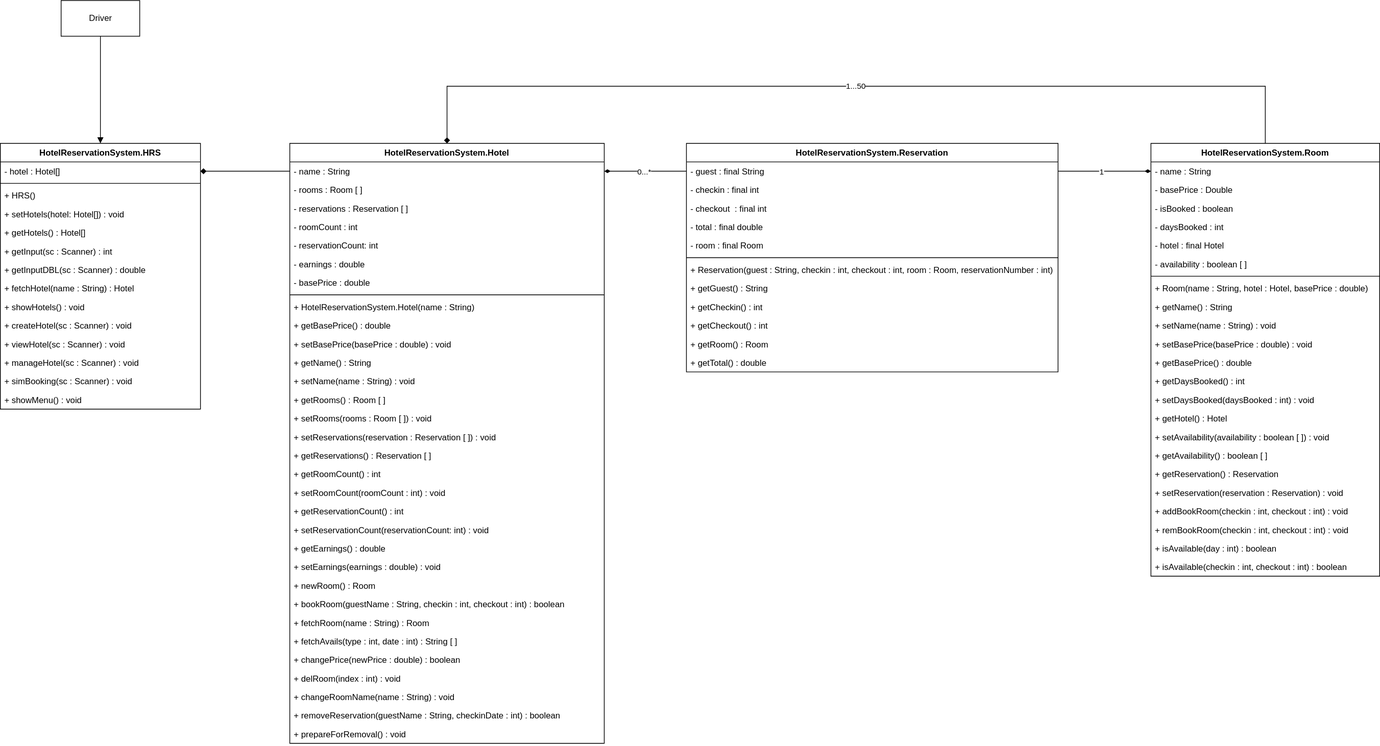
Earlier version of the draw.io export res/UML.svg (zrygan/CCPROG3-MCOs). Source tidied: cells renumbered, new cells last; positions are measured from the earlier drawing's top-left corner, leaving out a move shared by most shapes.
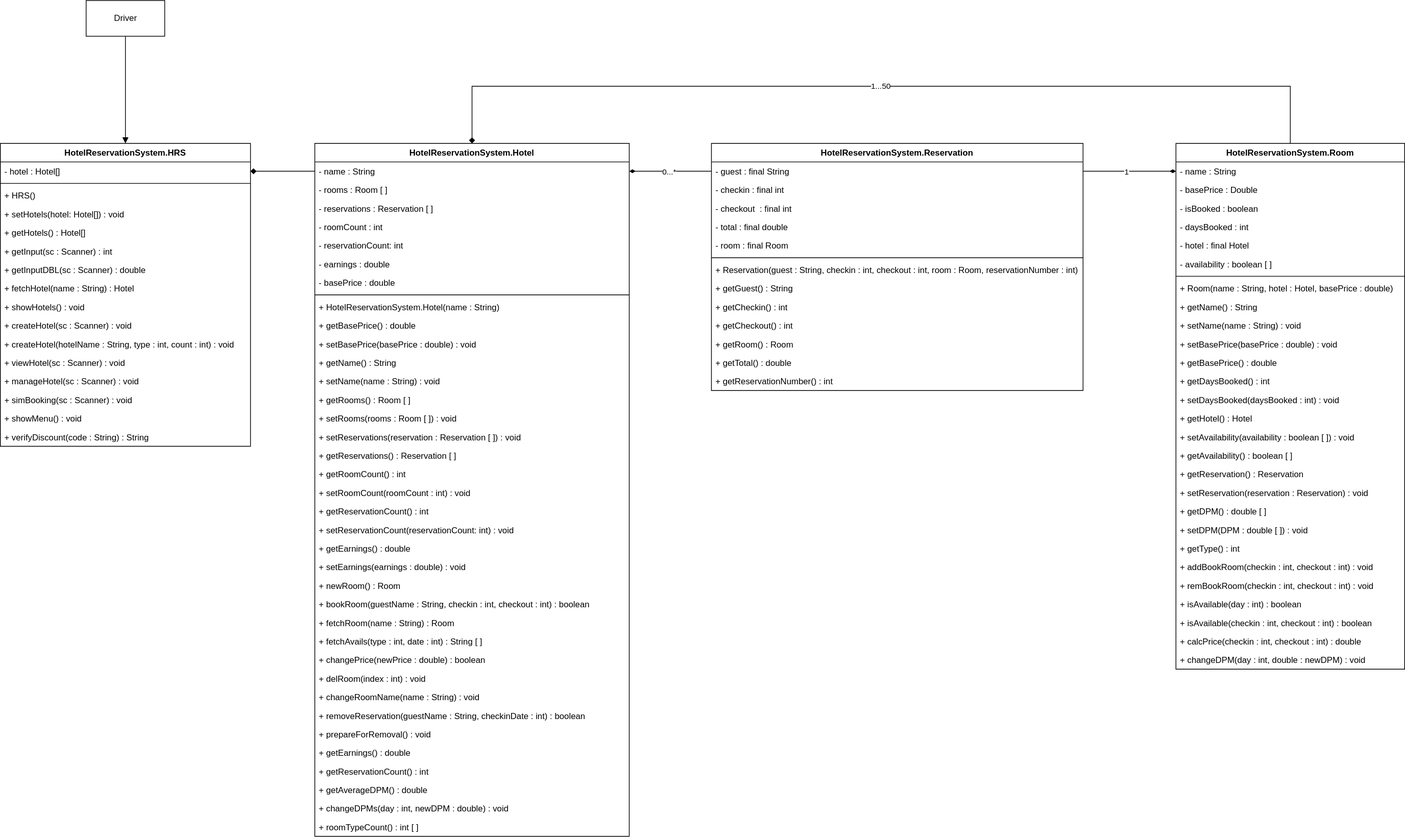
Later version of the same file.

Diff of the diagram source:
```diff
@@ -3,7 +3,7 @@
     <mxCell id="0" />
     <mxCell id="1" parent="0" />
     <mxCell id="2" value="HotelReservationSystem.Hotel" style="swimlane;fontStyle=1;align=center;verticalAlign=top;horizontal=1;startSize=26;" parent="1" vertex="1">
-      <mxGeometry x="405" y="200" width="440" height="840" as="geometry" />
+      <mxGeometry x="405" y="200" width="440" height="970" as="geometry" />
     </mxCell>
     <mxCell id="3" value="- name : String" style="text;strokeColor=none;fillColor=none;align=left;verticalAlign=top;spacingLeft=4;spacingRight=4;overflow=hidden;points=[[0,0.5],[1,0.5]];portConstraint=eastwest;" parent="2" vertex="1">
       <mxGeometry y="26" width="440" height="26" as="geometry" />
@@ -101,8 +101,23 @@
     <mxCell id="34" value="+ prepareForRemoval() : void" style="text;strokeColor=none;fillColor=none;align=left;verticalAlign=top;spacingLeft=4;spacingRight=4;overflow=hidden;" parent="2" vertex="1">
       <mxGeometry y="814" width="440" height="26" as="geometry" />
     </mxCell>
+    <mxCell id="95" value="+ getEarnings() : double" style="text;strokeColor=none;fillColor=none;align=left;verticalAlign=top;spacingLeft=4;spacingRight=4;overflow=hidden;" parent="2" vertex="1">
+      <mxGeometry y="840" width="440" height="26" as="geometry" />
+    </mxCell>
+    <mxCell id="96" value="+ getReservationCount() : int" style="text;strokeColor=none;fillColor=none;align=left;verticalAlign=top;spacingLeft=4;spacingRight=4;overflow=hidden;" parent="2" vertex="1">
+      <mxGeometry y="866" width="440" height="26" as="geometry" />
+    </mxCell>
+    <mxCell id="97" value="+ getAverageDPM() : double" style="text;strokeColor=none;fillColor=none;align=left;verticalAlign=top;spacingLeft=4;spacingRight=4;overflow=hidden;" parent="2" vertex="1">
+      <mxGeometry y="892" width="440" height="26" as="geometry" />
+    </mxCell>
+    <mxCell id="98" value="+ changeDPMs(day : int, newDPM : double) : void" style="text;strokeColor=none;fillColor=none;align=left;verticalAlign=top;spacingLeft=4;spacingRight=4;overflow=hidden;" parent="2" vertex="1">
+      <mxGeometry y="918" width="440" height="26" as="geometry" />
+    </mxCell>
+    <mxCell id="99" value="+ roomTypeCount() : int [ ]" style="text;strokeColor=none;fillColor=none;align=left;verticalAlign=top;spacingLeft=4;spacingRight=4;overflow=hidden;" parent="2" vertex="1">
+      <mxGeometry y="944" width="440" height="26" as="geometry" />
+    </mxCell>
     <mxCell id="35" value="HotelReservationSystem.Room" style="swimlane;fontStyle=1;align=center;verticalAlign=top;horizontal=1;startSize=26;" parent="1" vertex="1">
-      <mxGeometry x="1610" y="200" width="320" height="606" as="geometry" />
+      <mxGeometry x="1610" y="200" width="320" height="736" as="geometry" />
     </mxCell>
     <mxCell id="36" value="- name : String" style="text;strokeColor=none;fillColor=none;align=left;verticalAlign=top;spacingLeft=4;spacingRight=4;overflow=hidden;points=[[0,0.5],[1,0.5]];portConstraint=eastwest;" parent="35" vertex="1">
       <mxGeometry y="26" width="320" height="26" as="geometry" />
@@ -161,20 +176,35 @@
     <mxCell id="54" value="+ setReservation(reservation : Reservation) : void" style="text;strokeColor=none;fillColor=none;align=left;verticalAlign=top;spacingLeft=4;spacingRight=4;overflow=hidden;" parent="35" vertex="1">
       <mxGeometry y="476" width="320" height="26" as="geometry" />
     </mxCell>
+    <mxCell id="100" value="+ getDPM() : double [ ]" style="text;strokeColor=none;fillColor=none;align=left;verticalAlign=top;spacingLeft=4;spacingRight=4;overflow=hidden;" parent="35" vertex="1">
+      <mxGeometry y="502" width="320" height="26" as="geometry" />
+    </mxCell>
+    <mxCell id="101" value="+ setDPM(DPM : double [ ]) : void" style="text;strokeColor=none;fillColor=none;align=left;verticalAlign=top;spacingLeft=4;spacingRight=4;overflow=hidden;" parent="35" vertex="1">
+      <mxGeometry y="528" width="320" height="26" as="geometry" />
+    </mxCell>
+    <mxCell id="102" value="+ getType() : int" style="text;strokeColor=none;fillColor=none;align=left;verticalAlign=top;spacingLeft=4;spacingRight=4;overflow=hidden;" parent="35" vertex="1">
+      <mxGeometry y="554" width="320" height="26" as="geometry" />
+    </mxCell>
     <mxCell id="55" value="+ addBookRoom(checkin : int, checkout : int) : void" style="text;strokeColor=none;fillColor=none;align=left;verticalAlign=top;spacingLeft=4;spacingRight=4;overflow=hidden;" parent="35" vertex="1">
-      <mxGeometry y="502" width="320" height="26" as="geometry" />
+      <mxGeometry y="580" width="320" height="26" as="geometry" />
     </mxCell>
     <mxCell id="56" value="+ remBookRoom(checkin : int, checkout : int) : void" style="text;strokeColor=none;fillColor=none;align=left;verticalAlign=top;spacingLeft=4;spacingRight=4;overflow=hidden;" parent="35" vertex="1">
-      <mxGeometry y="528" width="320" height="26" as="geometry" />
+      <mxGeometry y="606" width="320" height="26" as="geometry" />
     </mxCell>
     <mxCell id="57" value="+ isAvailable(day : int) : boolean" style="text;strokeColor=none;fillColor=none;align=left;verticalAlign=top;spacingLeft=4;spacingRight=4;overflow=hidden;" parent="35" vertex="1">
-      <mxGeometry y="554" width="320" height="26" as="geometry" />
+      <mxGeometry y="632" width="320" height="26" as="geometry" />
     </mxCell>
     <mxCell id="58" value="+ isAvailable(checkin : int, checkout : int) : boolean" style="text;strokeColor=none;fillColor=none;align=left;verticalAlign=top;spacingLeft=4;spacingRight=4;overflow=hidden;" parent="35" vertex="1">
-      <mxGeometry y="580" width="320" height="26" as="geometry" />
+      <mxGeometry y="658" width="320" height="26" as="geometry" />
     </mxCell>
+    <mxCell id="103" value="+ calcPrice(checkin : int, checkout : int) : double" style="text;strokeColor=none;fillColor=none;align=left;verticalAlign=top;spacingLeft=4;spacingRight=4;overflow=hidden;" parent="35" vertex="1">
+      <mxGeometry y="684" width="320" height="26" as="geometry" />
+    </mxCell>
+    <mxCell id="104" value="+ changeDPM(day : int, double : newDPM) : void" style="text;strokeColor=none;fillColor=none;align=left;verticalAlign=top;spacingLeft=4;spacingRight=4;overflow=hidden;" parent="35" vertex="1">
+      <mxGeometry y="710" width="320" height="26" as="geometry" />
+    </mxCell>
     <mxCell id="59" value="HotelReservationSystem.Reservation" style="swimlane;fontStyle=1;align=center;verticalAlign=top;horizontal=1;startSize=26;" parent="1" vertex="1">
-      <mxGeometry x="960" y="200" width="520" height="320" as="geometry" />
+      <mxGeometry x="960" y="200" width="520" height="346" as="geometry" />
     </mxCell>
     <mxCell id="60" value="- guest : final String" style="text;strokeColor=none;fillColor=none;align=left;verticalAlign=top;spacingLeft=4;spacingRight=4;overflow=hidden;points=[[0,0.5],[1,0.5]];portConstraint=eastwest;" parent="59" vertex="1">
       <mxGeometry y="26" width="520" height="26" as="geometry" />
@@ -212,6 +242,9 @@
     <mxCell id="71" value="+ getTotal() : double" style="text;strokeColor=none;fillColor=none;align=left;verticalAlign=top;spacingLeft=4;spacingRight=4;overflow=hidden;" parent="59" vertex="1">
       <mxGeometry y="294" width="520" height="26" as="geometry" />
     </mxCell>
+    <mxCell id="105" value="+ getReservationNumber() : int" style="text;strokeColor=none;fillColor=none;align=left;verticalAlign=top;spacingLeft=4;spacingRight=4;overflow=hidden;" parent="59" vertex="1">
+      <mxGeometry y="320" width="520" height="26" as="geometry" />
+    </mxCell>
     <mxCell id="72" style="edgeStyle=none;html=1;exitX=0.5;exitY=1;exitDx=0;exitDy=0;entryX=0.5;entryY=0;entryDx=0;entryDy=0;endArrow=block;endFill=1;" parent="1" edge="1" source="73" target="74">
       <mxGeometry relative="1" as="geometry" />
     </mxCell>
@@ -219,50 +252,56 @@
       <mxGeometry x="85" width="110" height="50" as="geometry" />
     </mxCell>
     <mxCell id="74" value="HotelReservationSystem.HRS" style="swimlane;fontStyle=1;align=center;verticalAlign=top;horizontal=1;startSize=26;" parent="1" vertex="1">
-      <mxGeometry y="200" width="280" height="372" as="geometry" />
+      <mxGeometry x="-35" y="200" width="350" height="424" as="geometry" />
     </mxCell>
     <mxCell id="75" value="- hotel : Hotel[]" style="text;strokeColor=none;fillColor=none;align=left;verticalAlign=middle;spacingLeft=4;spacingRight=4;overflow=hidden;points=[[0,0.5],[1,0.5]];portConstraint=eastwest;" parent="74" vertex="1">
-      <mxGeometry y="26" width="280" height="26" as="geometry" />
+      <mxGeometry y="26" width="350" height="26" as="geometry" />
     </mxCell>
     <mxCell id="76" style="line;strokeWidth=1;fillColor=none;align=left;verticalAlign=middle;spacingTop=-1;spacingLeft=3;spacingRight=3;labelPosition=right;strokeColor=inherit;" parent="74" vertex="1">
-      <mxGeometry y="52" width="280" height="8" as="geometry" />
+      <mxGeometry y="52" width="350" height="8" as="geometry" />
     </mxCell>
     <mxCell id="77" value="+ HRS()" style="text;strokeColor=none;fillColor=none;align=left;verticalAlign=top;spacingLeft=4;spacingRight=4;overflow=hidden;" parent="74" vertex="1">
-      <mxGeometry y="60" width="280" height="26" as="geometry" />
+      <mxGeometry y="60" width="350" height="26" as="geometry" />
     </mxCell>
     <mxCell id="78" value="+ setHotels(hotel: Hotel[]) : void" style="text;strokeColor=none;fillColor=none;align=left;verticalAlign=top;spacingLeft=4;spacingRight=4;overflow=hidden;" parent="74" vertex="1">
-      <mxGeometry y="86" width="280" height="26" as="geometry" />
+      <mxGeometry y="86" width="350" height="26" as="geometry" />
     </mxCell>
     <mxCell id="79" value="+ getHotels() : Hotel[]" style="text;strokeColor=none;fillColor=none;align=left;verticalAlign=top;spacingLeft=4;spacingRight=4;overflow=hidden;" parent="74" vertex="1">
-      <mxGeometry y="112" width="280" height="26" as="geometry" />
+      <mxGeometry y="112" width="350" height="26" as="geometry" />
     </mxCell>
     <mxCell id="80" value="+ getInput(sc : Scanner) : int" style="text;strokeColor=none;fillColor=none;align=left;verticalAlign=top;spacingLeft=4;spacingRight=4;overflow=hidden;" parent="74" vertex="1">
-      <mxGeometry y="138" width="280" height="26" as="geometry" />
+      <mxGeometry y="138" width="350" height="26" as="geometry" />
     </mxCell>
     <mxCell id="81" value="+ getInputDBL(sc : Scanner) : double" style="text;strokeColor=none;fillColor=none;align=left;verticalAlign=top;spacingLeft=4;spacingRight=4;overflow=hidden;" parent="74" vertex="1">
-      <mxGeometry y="164" width="280" height="26" as="geometry" />
+      <mxGeometry y="164" width="350" height="26" as="geometry" />
     </mxCell>
     <mxCell id="82" value="+ fetchHotel(name : String) : Hotel" style="text;strokeColor=none;fillColor=none;align=left;verticalAlign=top;spacingLeft=4;spacingRight=4;overflow=hidden;" parent="74" vertex="1">
-      <mxGeometry y="190" width="280" height="26" as="geometry" />
+      <mxGeometry y="190" width="350" height="26" as="geometry" />
     </mxCell>
     <mxCell id="83" value="+ showHotels() : void" style="text;strokeColor=none;fillColor=none;align=left;verticalAlign=top;spacingLeft=4;spacingRight=4;overflow=hidden;" parent="74" vertex="1">
-      <mxGeometry y="216" width="280" height="26" as="geometry" />
+      <mxGeometry y="216" width="350" height="26" as="geometry" />
     </mxCell>
     <mxCell id="84" value="+ createHotel(sc : Scanner) : void" style="text;strokeColor=none;fillColor=none;align=left;verticalAlign=top;spacingLeft=4;spacingRight=4;overflow=hidden;" parent="74" vertex="1">
-      <mxGeometry y="242" width="280" height="26" as="geometry" />
+      <mxGeometry y="242" width="350" height="26" as="geometry" />
     </mxCell>
+    <mxCell id="106" value="+ createHotel(hotelName : String, type : int, count : int) : void" style="text;strokeColor=none;fillColor=none;align=left;verticalAlign=top;spacingLeft=4;spacingRight=4;overflow=hidden;" parent="74" vertex="1">
+      <mxGeometry y="268" width="350" height="26" as="geometry" />
+    </mxCell>
     <mxCell id="85" value="+ viewHotel(sc : Scanner) : void" style="text;strokeColor=none;fillColor=none;align=left;verticalAlign=top;spacingLeft=4;spacingRight=4;overflow=hidden;" parent="74" vertex="1">
-      <mxGeometry y="268" width="280" height="26" as="geometry" />
+      <mxGeometry y="294" width="350" height="26" as="geometry" />
     </mxCell>
     <mxCell id="86" value="+ manageHotel(sc : Scanner) : void" style="text;strokeColor=none;fillColor=none;align=left;verticalAlign=top;spacingLeft=4;spacingRight=4;overflow=hidden;" parent="74" vertex="1">
-      <mxGeometry y="294" width="280" height="26" as="geometry" />
+      <mxGeometry y="320" width="350" height="26" as="geometry" />
     </mxCell>
     <mxCell id="87" value="+ simBooking(sc : Scanner) : void" style="text;strokeColor=none;fillColor=none;align=left;verticalAlign=top;spacingLeft=4;spacingRight=4;overflow=hidden;" parent="74" vertex="1">
-      <mxGeometry y="320" width="280" height="26" as="geometry" />
+      <mxGeometry y="346" width="350" height="26" as="geometry" />
     </mxCell>
     <mxCell id="88" value="+ showMenu() : void" style="text;strokeColor=none;fillColor=none;align=left;verticalAlign=top;spacingLeft=4;spacingRight=4;overflow=hidden;" parent="74" vertex="1">
-      <mxGeometry y="346" width="280" height="26" as="geometry" />
+      <mxGeometry y="372" width="350" height="26" as="geometry" />
     </mxCell>
+    <mxCell id="107" value="+ verifyDiscount(code : String) : String" style="text;strokeColor=none;fillColor=none;align=left;verticalAlign=top;spacingLeft=4;spacingRight=4;overflow=hidden;" parent="74" vertex="1">
+      <mxGeometry y="398" width="350" height="26" as="geometry" />
+    </mxCell>
     <mxCell id="89" style="edgeStyle=none;html=1;exitX=0;exitY=0.5;exitDx=0;exitDy=0;endArrow=diamond;endFill=1;" parent="1" edge="1" source="3" target="75">
       <mxGeometry relative="1" as="geometry" />
     </mxCell>
```
